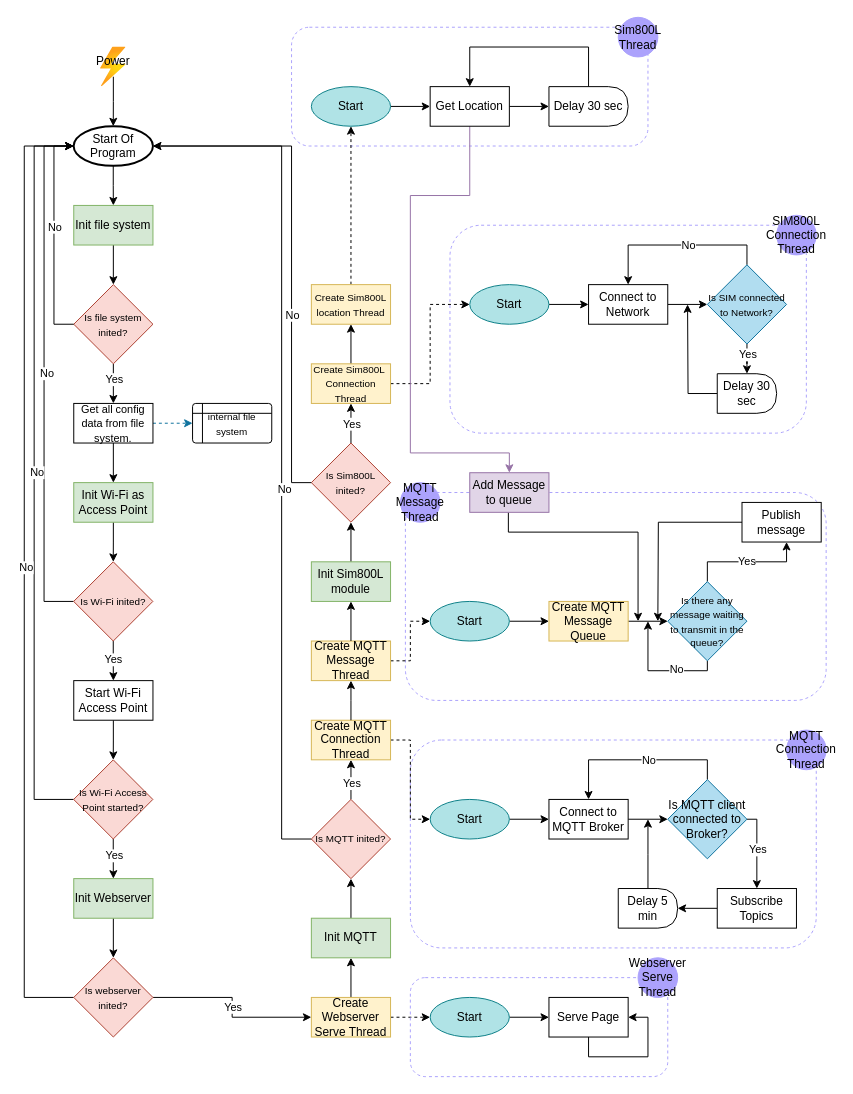
The draw.io diagram embedded_app/docs/car_trackin_embedded.drawio in Mona-Roza/car_tracking, before the edit. Source tidied: cells renumbered, new cells numbered last; positions are measured from the earlier drawing's top-left corner, leaving out a move shared by most shapes. Both pictures are drawn from the tidied source at 99%, with x=0, y=0 at pixel (24, 17).
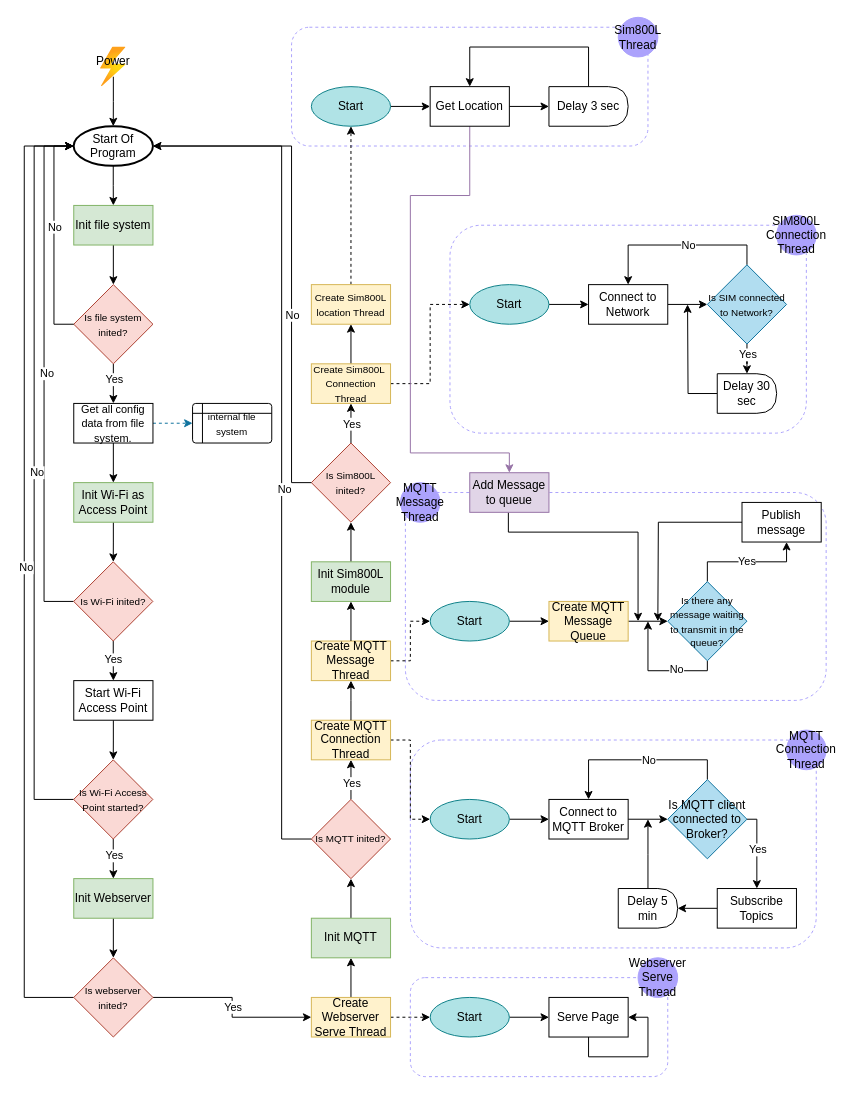
After the change.

The edit, as a diff of the source:
```diff
@@
-    <mxCell id="90" value="Delay 30 sec" style="shape=delay;whiteSpace=wrap;html=1;" parent="1" vertex="1">
+    <mxCell id="90" value="Delay 3 sec" style="shape=delay;whiteSpace=wrap;html=1;" parent="1" vertex="1">
       <mxGeometry x="530" y="70" width="80" height="40" as="geometry" />
     </mxCell>
```
